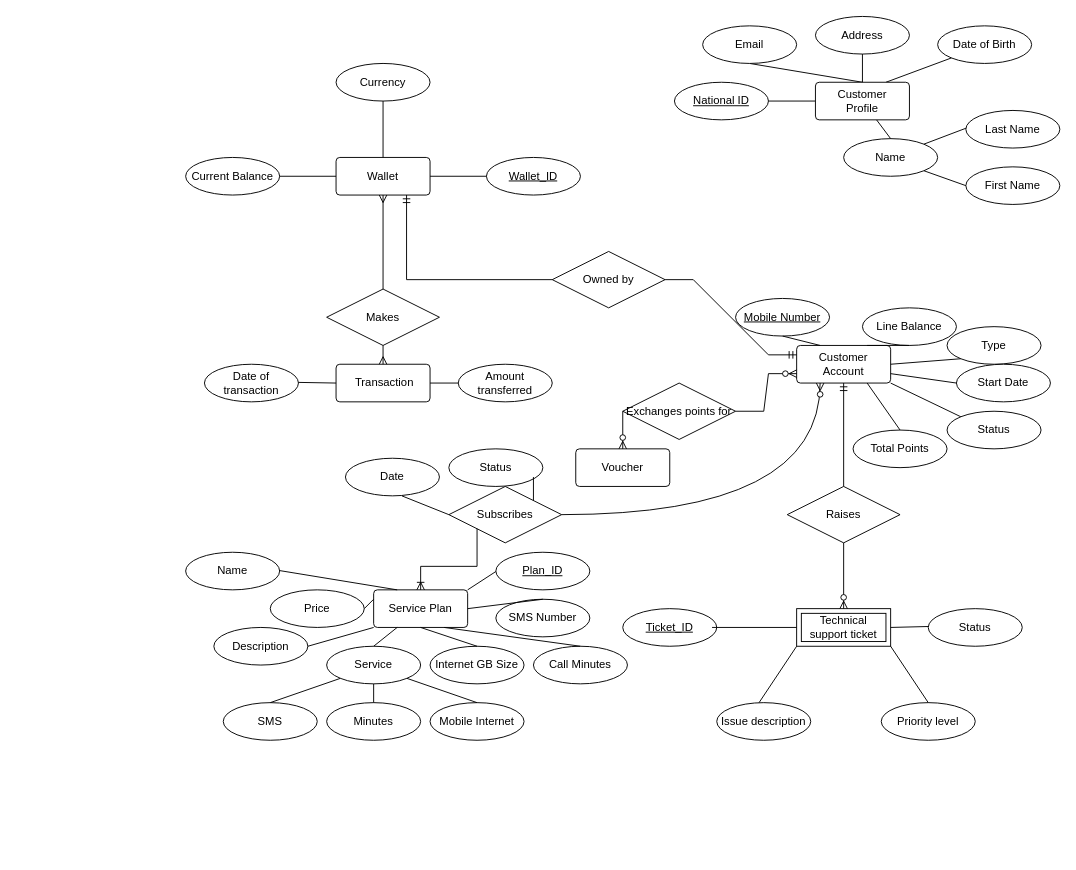
Before: Untitled Diagram.drawio in itsfadymate/Customer-Data-Management-System, a draw.io diagram. Source tidied: cells renumbered, new cells numbered last; positions are measured from the earlier drawing's top-left corner, leaving out a move shared by most shapes. Both pictures are drawn from the tidied source at 94%, with x=0, y=0 at pixel (185, 16).
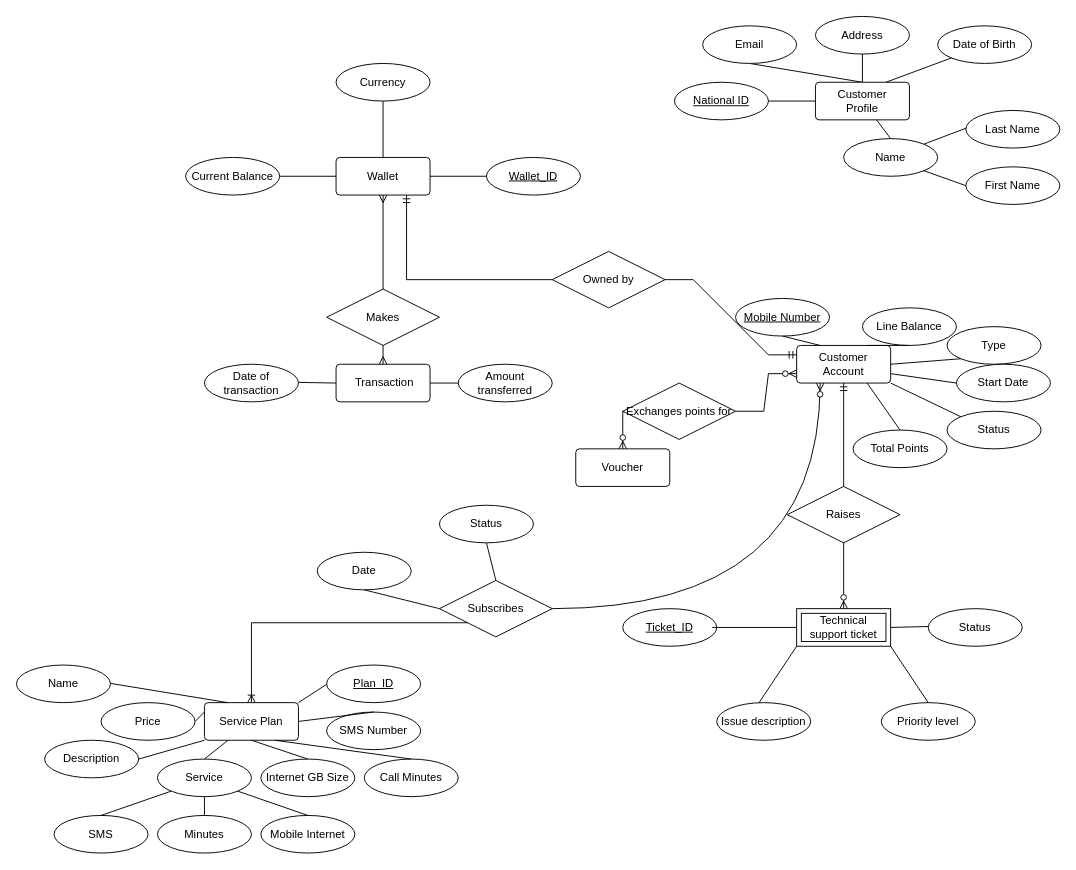
The same page after the edit.

What changed in the source:
```diff
@@
     <mxCell id="63" value="Service Plan" style="rounded=1;arcSize=10;whiteSpace=wrap;html=1;align=center;" parent="1" vertex="1">
-      <mxGeometry x="200" y="610" width="100" height="40" as="geometry" />
+      <mxGeometry x="20" y="730" width="100" height="40" as="geometry" />
     </mxCell>
@@
     <mxCell id="65" value="Service" style="ellipse;whiteSpace=wrap;html=1;align=center;" parent="1" vertex="1">
-      <mxGeometry x="150" y="670" width="100" height="40" as="geometry" />
+      <mxGeometry x="-30" y="790" width="100" height="40" as="geometry" />
     </mxCell>
@@
     <mxCell id="67" value="SMS" style="ellipse;whiteSpace=wrap;html=1;align=center;" parent="1" vertex="1">
-      <mxGeometry x="40" y="730" width="100" height="40" as="geometry" />
+      <mxGeometry x="-140" y="850" width="100" height="40" as="geometry" />
     </mxCell>
     <mxCell id="68" value="Minutes" style="ellipse;whiteSpace=wrap;html=1;align=center;" parent="1" vertex="1">
-      <mxGeometry x="150" y="730" width="100" height="40" as="geometry" />
+      <mxGeometry x="-30" y="850" width="100" height="40" as="geometry" />
     </mxCell>
     <mxCell id="69" value="Mobile Internet" style="ellipse;whiteSpace=wrap;html=1;align=center;" parent="1" vertex="1">
-      <mxGeometry x="260" y="730" width="100" height="40" as="geometry" />
+      <mxGeometry x="80" y="850" width="100" height="40" as="geometry" />
     </mxCell>
@@
     <mxCell id="74" value="SMS Number" style="ellipse;whiteSpace=wrap;html=1;align=center;" parent="1" vertex="1">
-      <mxGeometry x="330" y="620" width="100" height="40" as="geometry" />
+      <mxGeometry x="150" y="740" width="100" height="40" as="geometry" />
     </mxCell>
     <mxCell id="75" value="Call Minutes" style="ellipse;whiteSpace=wrap;html=1;align=center;" parent="1" vertex="1">
-      <mxGeometry x="370" y="670" width="100" height="40" as="geometry" />
+      <mxGeometry x="190" y="790" width="100" height="40" as="geometry" />
     </mxCell>
     <mxCell id="76" value="Internet GB Size" style="ellipse;whiteSpace=wrap;html=1;align=center;" parent="1" vertex="1">
-      <mxGeometry x="260" y="670" width="100" height="40" as="geometry" />
+      <mxGeometry x="80" y="790" width="100" height="40" as="geometry" />
     </mxCell>
     <mxCell id="77" value="Price" style="ellipse;whiteSpace=wrap;html=1;align=center;" parent="1" vertex="1">
-      <mxGeometry x="90" y="610" width="100" height="40" as="geometry" />
+      <mxGeometry x="-90" y="730" width="100" height="40" as="geometry" />
     </mxCell>
     <mxCell id="78" value="Description" style="ellipse;whiteSpace=wrap;html=1;align=center;" parent="1" vertex="1">
-      <mxGeometry x="30" y="650" width="100" height="40" as="geometry" />
+      <mxGeometry x="-150" y="770" width="100" height="40" as="geometry" />
     </mxCell>
     <mxCell id="79" value="Name" style="ellipse;whiteSpace=wrap;html=1;align=center;" parent="1" vertex="1">
-      <mxGeometry y="570" width="100" height="40" as="geometry" />
+      <mxGeometry x="-180" y="690" width="100" height="40" as="geometry" />
     </mxCell>
@@
     <mxCell id="83" style="endArrow=none;html=1;rounded=0;fontFamily=Helvetica;fontSize=12;fontColor=default;fontStyle=4;entryX=0.25;entryY=0;entryDx=0;entryDy=0;" parent="1" edge="1" target="63">
       <mxGeometry relative="1" as="geometry">
-        <mxPoint x="100" y="589.5" as="sourcePoint" />
+        <mxPoint x="-80" y="709.5" as="sourcePoint" />
       </mxGeometry>
     </mxCell>
@@
     <mxCell id="86" value="Plan_ID" style="ellipse;whiteSpace=wrap;html=1;align=center;fontStyle=4;strokeColor=default;verticalAlign=middle;fontFamily=Helvetica;fontSize=12;fontColor=default;fillColor=default;" parent="1" vertex="1">
-      <mxGeometry x="330" y="570" width="100" height="40" as="geometry" />
+      <mxGeometry x="150" y="690" width="100" height="40" as="geometry" />
     </mxCell>
     <mxCell id="87" style="endArrow=none;html=1;rounded=0;fontFamily=Helvetica;fontSize=12;fontColor=default;fontStyle=4;entryX=0.25;entryY=0;entryDx=0;entryDy=0;exitX=1;exitY=0;exitDx=0;exitDy=0;" parent="1" edge="1" source="63">
       <mxGeometry relative="1" as="geometry">
-        <mxPoint x="330" y="590.5" as="targetPoint" />
+        <mxPoint x="150" y="710.5" as="targetPoint" />
       </mxGeometry>
     </mxCell>
     <mxCell id="88" value="Subscribes" style="shape=rhombus;perimeter=rhombusPerimeter;whiteSpace=wrap;html=1;align=center;rotation=0;" parent="1" vertex="1">
-      <mxGeometry x="280" y="500" width="120" height="60" as="geometry" />
+      <mxGeometry x="270" y="600" width="120" height="60" as="geometry" />
     </mxCell>
     <mxCell id="89" value="Status" style="ellipse;whiteSpace=wrap;html=1;align=center;" parent="1" vertex="1">
-      <mxGeometry x="280" y="460" width="100" height="40" as="geometry" />
+      <mxGeometry x="270" y="520" width="100" height="40" as="geometry" />
     </mxCell>
     <mxCell id="90" value="Date" style="ellipse;whiteSpace=wrap;html=1;align=center;" parent="1" vertex="1">
-      <mxGeometry x="170" y="470" width="100" height="40" as="geometry" />
+      <mxGeometry x="140" y="570" width="100" height="40" as="geometry" />
     </mxCell>
-    <mxCell id="91" style="endArrow=none;html=1;rounded=0;fontFamily=Helvetica;fontSize=12;fontColor=default;fontStyle=4;entryX=0;entryY=0.5;entryDx=0;entryDy=0;" parent="1" edge="1" target="88">
-      <mxGeometry relative="1" as="geometry">
-        <mxPoint x="230" y="510" as="sourcePoint" />
-      </mxGeometry>
+    <mxCell id="91" style="endArrow=none;html=1;rounded=0;fontFamily=Helvetica;fontSize=12;fontColor=default;fontStyle=4;entryX=0;entryY=0.5;entryDx=0;entryDy=0;exitX=0.5;exitY=1;exitDx=0;exitDy=0;" parent="1" edge="1" source="90" target="88">
+      <mxGeometry relative="1" as="geometry" />
     </mxCell>
-    <mxCell id="92" style="endArrow=none;html=1;rounded=0;fontFamily=Helvetica;fontSize=12;fontColor=default;fontStyle=4;entryX=1;entryY=0;entryDx=0;entryDy=0;" parent="1" edge="1" target="88">
-      <mxGeometry relative="1" as="geometry">
-        <mxPoint x="370" y="490" as="sourcePoint" />
-      </mxGeometry>
+    <mxCell id="92" style="endArrow=none;html=1;rounded=0;fontFamily=Helvetica;fontSize=12;fontColor=default;fontStyle=4;entryX=0.5;entryY=0;entryDx=0;entryDy=0;exitX=0.5;exitY=1;exitDx=0;exitDy=0;" parent="1" edge="1" source="89" target="88">
+      <mxGeometry relative="1" as="geometry" />
     </mxCell>
```
